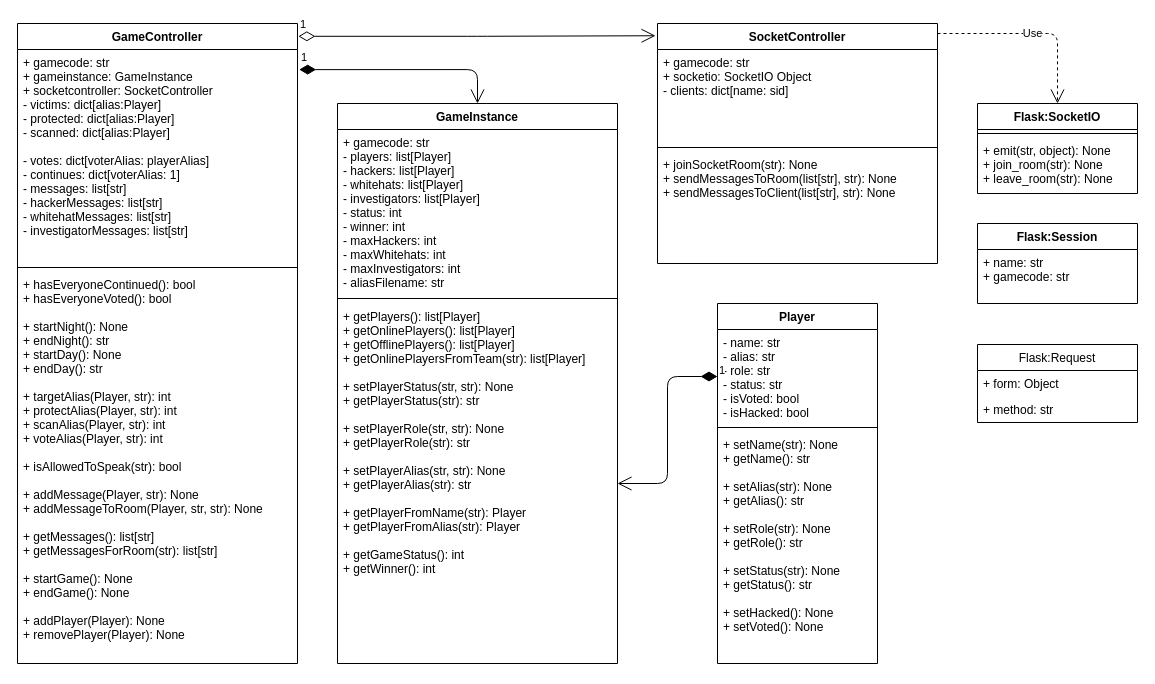
Above: page "Class Diagram" (1 of 5) of diagrams/diagrams.drawio in Egg-Fish/Hacker-2021 (draw.io), before the change. Source tidied: cells renumbered, new cells numbered last; positions are measured from the earlier drawing's top-left corner, leaving out a move shared by most shapes. Both pictures are drawn from the tidied source at 100%, with x=0, y=0 at pixel (17, 23).
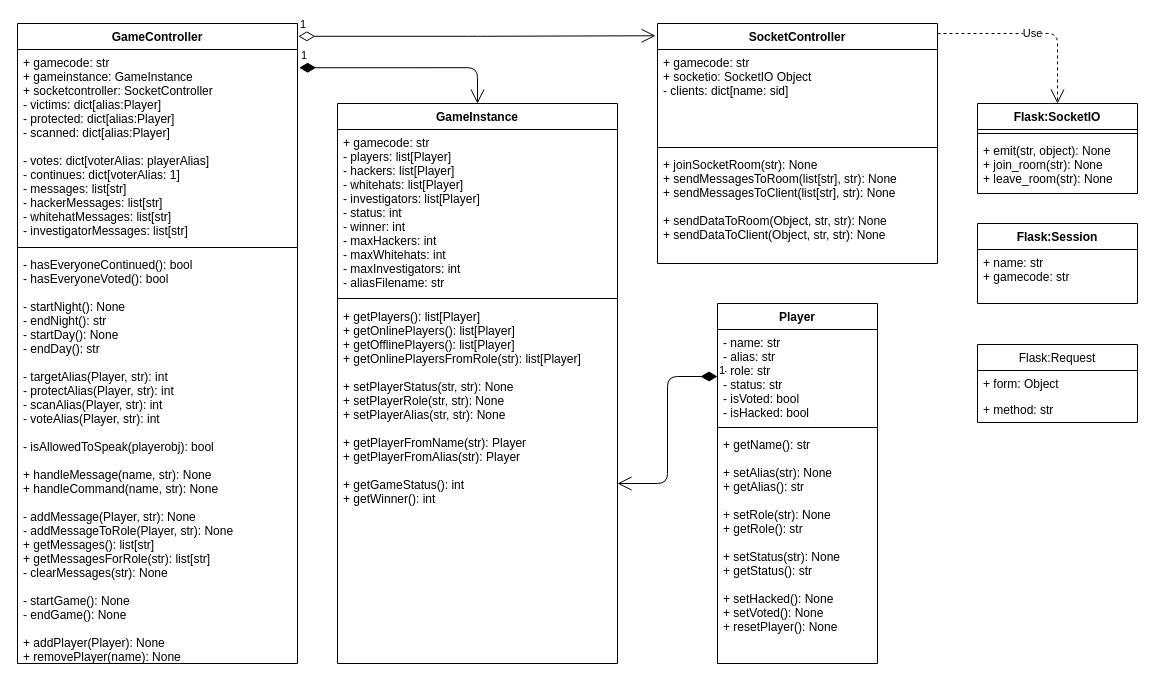
After the change.

The change refers to these unchanged cells:
```xml
<mxCell id="2" value="GameInstance" style="swimlane;fontStyle=1;align=center;verticalAlign=top;horizontal=1;startSize=26;" parent="1" vertex="1">
  <mxGeometry x="320" y="80" width="280" height="560" as="geometry" />
</mxCell>
<mxCell id="6" value="GameController" style="swimlane;fontStyle=1;align=center;verticalAlign=top;horizontal=1;startSize=26;" parent="1" vertex="1">
  <mxGeometry width="280" height="640" as="geometry" />
</mxCell>
<mxCell id="13" value="Player" style="swimlane;fontStyle=1;align=center;verticalAlign=top;horizontal=1;startSize=26;" parent="1" vertex="1">
  <mxGeometry x="700" y="280" width="160" height="360" as="geometry" />
</mxCell>
<mxCell id="22" value="SocketController" style="swimlane;fontStyle=1;align=center;verticalAlign=top;horizontal=1;startSize=26;" parent="1" vertex="1">
  <mxGeometry x="640" width="280" height="240" as="geometry" />
</mxCell>
```

Change to the diagram source:
```diff
@@
-    <mxCell id="5" value="+ getPlayers(): list[Player]&#10;+ getOnlinePlayers(): list[Player]&#10;+ getOfflinePlayers(): list[Player]&#10;+ getOnlinePlayersFromTeam(str): list[Player]&#10;&#10;+ setPlayerStatus(str, str): None&#10;+ getPlayerStatus(str): str&#10;&#10;+ setPlayerRole(str, str): None&#10;+ getPlayerRole(str): str&#10;&#10;+ setPlayerAlias(str, str): None&#10;+ getPlayerAlias(str): str&#10;&#10;+ getPlayerFromName(str): Player&#10;+ getPlayerFromAlias(str): Player&#10;&#10;+ getGameStatus(): int&#10;+ getWinner(): int" style="text;strokeColor=none;fillColor=none;align=left;verticalAlign=top;spacingLeft=4;spacingRight=4;overflow=hidden;points=[[0,0.5],[1,0.5]];portConstraint=eastwest;" parent="2" vertex="1">
+    <mxCell id="5" value="+ getPlayers(): list[Player]&#10;+ getOnlinePlayers(): list[Player]&#10;+ getOfflinePlayers(): list[Player]&#10;+ getOnlinePlayersFromRole(str): list[Player]&#10;&#10;+ setPlayerStatus(str, str): None&#10;+ setPlayerRole(str, str): None&#10;+ setPlayerAlias(str, str): None&#10;&#10;+ getPlayerFromName(str): Player&#10;+ getPlayerFromAlias(str): Player&#10;&#10;+ getGameStatus(): int&#10;+ getWinner(): int" style="text;strokeColor=none;fillColor=none;align=left;verticalAlign=top;spacingLeft=4;spacingRight=4;overflow=hidden;points=[[0,0.5],[1,0.5]];portConstraint=eastwest;" parent="2" vertex="1">
       <mxGeometry y="200" width="280" height="360" as="geometry" />
     </mxCell>
@@
     <mxCell id="7" value="+ gamecode: str&#10;+ gameinstance: GameInstance&#10;+ socketcontroller: SocketController&#10;- victims: dict[alias:Player]&#10;- protected: dict[alias:Player]&#10;- scanned: dict[alias:Player]&#10;&#10;- votes: dict[voterAlias: playerAlias]&#10;- continues: dict[voterAlias: 1]&#10;- messages: list[str]&#10;- hackerMessages: list[str]&#10;- whitehatMessages: list[str]&#10;- investigatorMessages: list[str]" style="text;strokeColor=none;fillColor=none;align=left;verticalAlign=top;spacingLeft=4;spacingRight=4;overflow=hidden;points=[[0,0.5],[1,0.5]];portConstraint=eastwest;" parent="6" vertex="1">
-      <mxGeometry y="26" width="280" height="214" as="geometry" />
+      <mxGeometry y="26" width="280" height="194" as="geometry" />
     </mxCell>
     <mxCell id="8" style="line;strokeWidth=1;fillColor=none;align=left;verticalAlign=middle;spacingTop=-1;spacingLeft=3;spacingRight=3;labelPosition=right;" parent="6" vertex="1">
-      <mxGeometry y="240" width="280" height="8" as="geometry" />
+      <mxGeometry y="220" width="280" height="8" as="geometry" />
     </mxCell>
-    <mxCell id="9" value="+ hasEveryoneContinued(): bool&#10;+ hasEveryoneVoted(): bool&#10;&#10;+ startNight(): None&#10;+ endNight(): str&#10;+ startDay(): None&#10;+ endDay(): str&#10;&#10;+ targetAlias(Player, str): int&#10;+ protectAlias(Player, str): int&#10;+ scanAlias(Player, str): int&#10;+ voteAlias(Player, str): int&#10;&#10;+ isAllowedToSpeak(str): bool&#10;&#10;+ addMessage(Player, str): None&#10;+ addMessageToRoom(Player, str, str): None&#10;&#10;+ getMessages(): list[str]&#10;+ getMessagesForRoom(str): list[str]&#10;&#10;+ startGame(): None&#10;+ endGame(): None&#10;&#10;+ addPlayer(Player): None&#10;+ removePlayer(Player): None" style="text;strokeColor=none;fillColor=none;align=left;verticalAlign=top;spacingLeft=4;spacingRight=4;overflow=hidden;" parent="6" vertex="1">
-      <mxGeometry y="248" width="280" height="392" as="geometry" />
+    <mxCell id="9" value="- hasEveryoneContinued(): bool&#10;- hasEveryoneVoted(): bool&#10;&#10;- startNight(): None&#10;- endNight(): str&#10;- startDay(): None&#10;- endDay(): str&#10;&#10;- targetAlias(Player, str): int&#10;- protectAlias(Player, str): int&#10;- scanAlias(Player, str): int&#10;- voteAlias(Player, str): int&#10;&#10;- isAllowedToSpeak(playerobj): bool&#10;&#10;+ handleMessage(name, str): None&#10;+ handleCommand(name, str): None&#10;&#10;- addMessage(Player, str): None&#10;- addMessageToRole(Player, str): None&#10;+ getMessages(): list[str]&#10;+ getMessagesForRole(str): list[str]&#10;- clearMessages(str): None&#10;&#10;- startGame(): None&#10;- endGame(): None&#10;&#10;+ addPlayer(Player): None&#10;+ removePlayer(name): None" style="text;strokeColor=none;fillColor=none;align=left;verticalAlign=top;spacingLeft=4;spacingRight=4;overflow=hidden;" parent="6" vertex="1">
+      <mxGeometry y="228" width="280" height="412" as="geometry" />
     </mxCell>
@@
-    <mxCell id="16" value="+ setName(str): None&#10;+ getName(): str&#10;&#10;+ setAlias(str): None&#10;+ getAlias(): str&#10;&#10;+ setRole(str): None&#10;+ getRole(): str&#10;&#10;+ setStatus(str): None&#10;+ getStatus(): str&#10;&#10;+ setHacked(): None&#10;+ setVoted(): None" style="text;strokeColor=none;fillColor=none;align=left;verticalAlign=top;spacingLeft=4;spacingRight=4;overflow=hidden;" parent="13" vertex="1">
+    <mxCell id="16" value="+ getName(): str&#10;&#10;+ setAlias(str): None&#10;+ getAlias(): str&#10;&#10;+ setRole(str): None&#10;+ getRole(): str&#10;&#10;+ setStatus(str): None&#10;+ getStatus(): str&#10;&#10;+ setHacked(): None&#10;+ setVoted(): None&#10;+ resetPlayer(): None" style="text;strokeColor=none;fillColor=none;align=left;verticalAlign=top;spacingLeft=4;spacingRight=4;overflow=hidden;" parent="13" vertex="1">
       <mxGeometry y="128" width="160" height="232" as="geometry" />
     </mxCell>
@@
-    <mxCell id="26" value="+ joinSocketRoom(str): None&#10;+ sendMessagesToRoom(list[str], str): None&#10;+ sendMessagesToClient(list[str], str): None" style="text;strokeColor=none;fillColor=none;align=left;verticalAlign=top;spacingLeft=4;spacingRight=4;overflow=hidden;" parent="22" vertex="1">
+    <mxCell id="26" value="+ joinSocketRoom(str): None&#10;+ sendMessagesToRoom(list[str], str): None&#10;+ sendMessagesToClient(list[str], str): None&#10;&#10;+ sendDataToRoom(Object, str, str): None&#10;+ sendDataToClient(Object, str, str): None" style="text;strokeColor=none;fillColor=none;align=left;verticalAlign=top;spacingLeft=4;spacingRight=4;overflow=hidden;" parent="22" vertex="1">
       <mxGeometry y="128" width="280" height="112" as="geometry" />
     </mxCell>
```
